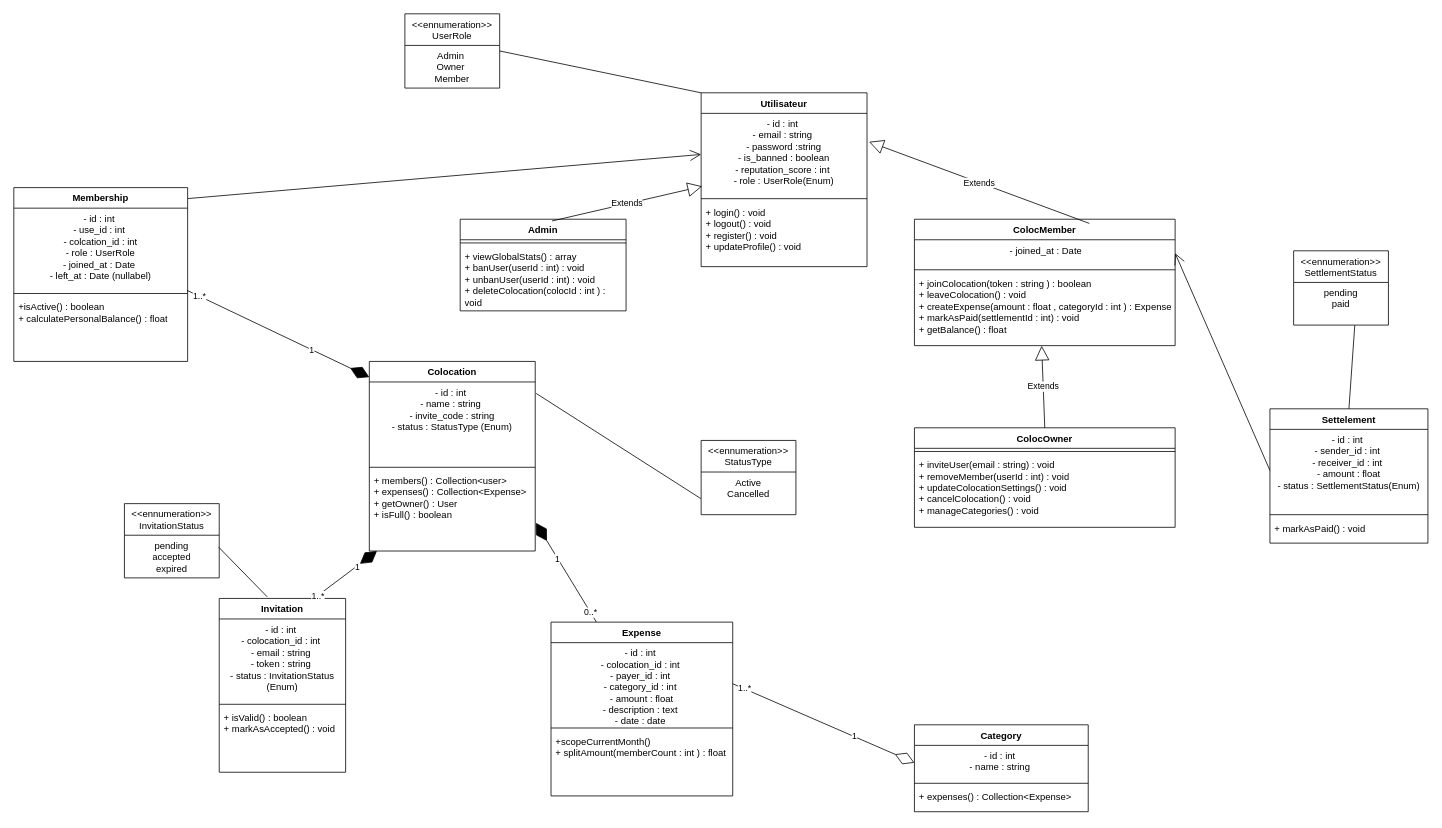
Above: FairShar/docs/diagrammeUml.drawio in Mehdi-133/FairShare (draw.io), before the change. Source tidied: cells renumbered, new cells numbered last; positions are measured from the earlier drawing's top-left corner, leaving out a move shared by most shapes. Both pictures are drawn from the tidied source at 79%, with x=0, y=0 at pixel (13, 13).
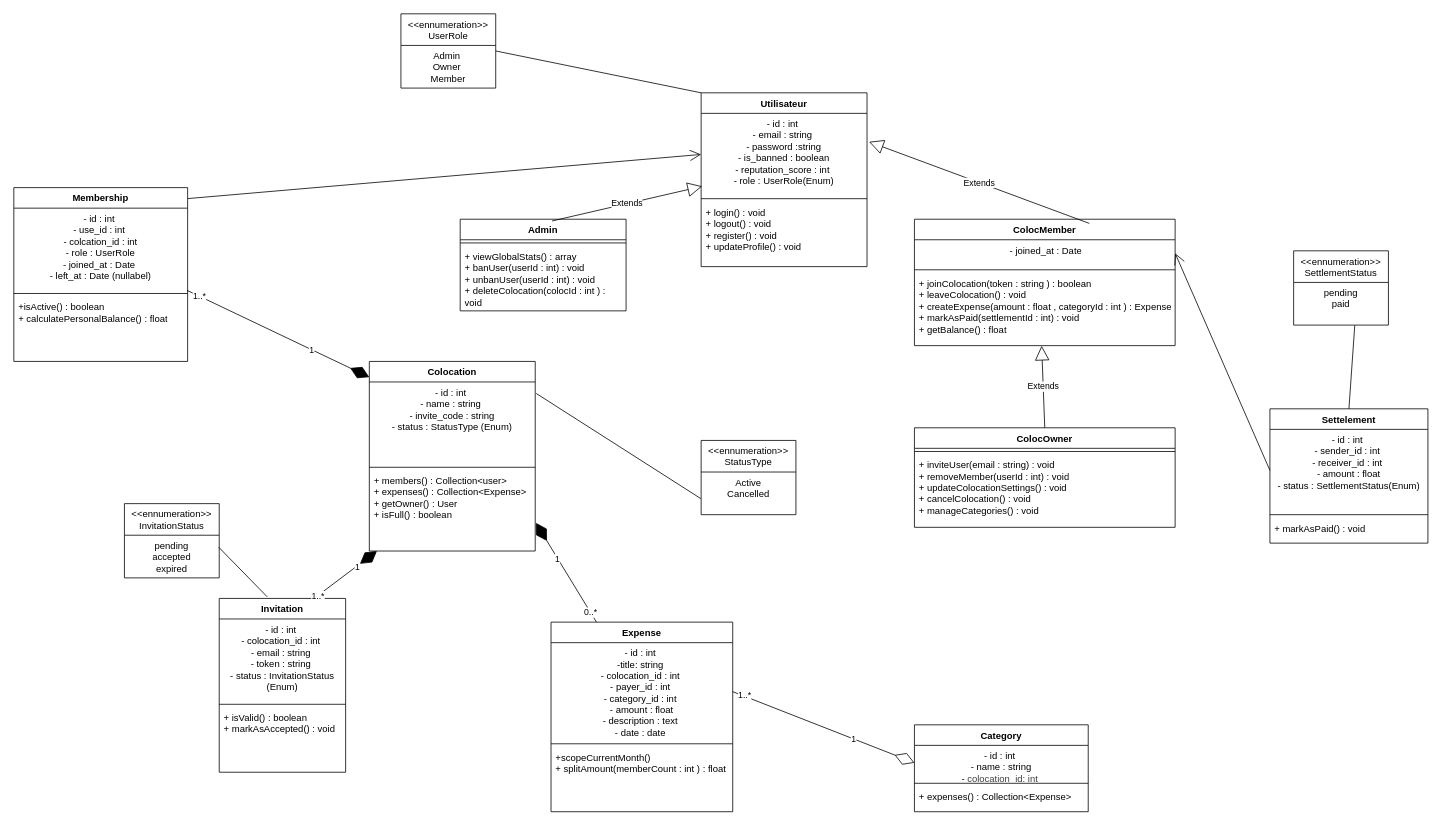
The same page after the edit.

The change refers to these unchanged cells:
```xml
<mxCell id="18" value="Category" style="swimlane;fontStyle=1;align=center;verticalAlign=top;horizontal=1;startSize=26;whiteSpace=wrap;html=1;" parent="1" vertex="1">
  <mxGeometry x="1140" y="900" width="220" height="110" as="geometry" />
</mxCell>
```

What changed in the source:
```diff
@@
     <mxCell id="14" value="Expense" style="swimlane;fontStyle=1;align=center;verticalAlign=top;horizontal=1;startSize=26;whiteSpace=wrap;html=1;" parent="1" vertex="1">
-      <mxGeometry x="680" y="770" width="230" height="220" as="geometry" />
+      <mxGeometry x="680" y="770" width="230" height="240" as="geometry" />
     </mxCell>
-    <mxCell id="15" value="- id : int&amp;nbsp;&lt;br&gt;- colocation_id : int&amp;nbsp;&lt;br&gt;- payer_id : int&amp;nbsp;&lt;br&gt;- category_id : int&amp;nbsp;&lt;br&gt;- amount : float&lt;br&gt;- description : text&amp;nbsp;&lt;br&gt;- date : date&amp;nbsp;" style="text;strokeColor=none;fillColor=none;align=center;verticalAlign=top;spacingLeft=4;spacingRight=4;overflow=hidden;points=[[0,0.5],[1,0.5]];portConstraint=eastwest;whiteSpace=wrap;html=1;" parent="14" vertex="1">
-      <mxGeometry y="26" width="230" height="104" as="geometry" />
+    <mxCell id="15" value="- id : int&amp;nbsp;&lt;div&gt;&lt;font color=&quot;#000000&quot;&gt;-title: string&amp;nbsp;&lt;br&gt;&lt;/font&gt;- colocation_id : int&amp;nbsp;&lt;br&gt;- payer_id : int&amp;nbsp;&lt;br&gt;- category_id : int&amp;nbsp;&lt;br&gt;- amount : float&lt;br&gt;- description : text&amp;nbsp;&lt;br&gt;- date : date&amp;nbsp;&lt;/div&gt;" style="text;strokeColor=none;fillColor=none;align=center;verticalAlign=top;spacingLeft=4;spacingRight=4;overflow=hidden;points=[[0,0.5],[1,0.5]];portConstraint=eastwest;whiteSpace=wrap;html=1;" parent="14" vertex="1">
+      <mxGeometry y="26" width="230" height="124" as="geometry" />
     </mxCell>
     <mxCell id="16" style="line;strokeWidth=1;fillColor=none;align=left;verticalAlign=middle;spacingTop=-1;spacingLeft=3;spacingRight=3;labelPosition=right;strokeColor=inherit;" parent="14" vertex="1">
-      <mxGeometry y="130" width="230" height="8" as="geometry" />
+      <mxGeometry y="150" width="230" height="8" as="geometry" />
     </mxCell>
     <mxCell id="17" value="+scopeCurrentMonth()&lt;br&gt;+ splitAmount(memberCount : int ) : float" style="text;strokeColor=none;fillColor=none;align=left;verticalAlign=top;spacingLeft=4;spacingRight=4;overflow=hidden;whiteSpace=wrap;html=1;" parent="14" vertex="1">
-      <mxGeometry y="138" width="230" height="82" as="geometry" />
+      <mxGeometry y="158" width="230" height="82" as="geometry" />
     </mxCell>
@@
-    <mxCell id="19" value="- id : int&amp;nbsp;&lt;br&gt;- name : string&amp;nbsp;" style="text;strokeColor=none;fillColor=none;align=center;verticalAlign=top;spacingLeft=4;spacingRight=4;overflow=hidden;points=[[0,0.5],[1,0.5]];portConstraint=eastwest;whiteSpace=wrap;html=1;" parent="18" vertex="1">
+    <mxCell id="19" value="- id : int&amp;nbsp;&lt;br&gt;- name : string&lt;div&gt;&lt;span style=&quot;color: rgb(63, 63, 63); background-color: transparent;&quot;&gt;&lt;font color=&quot;#000000&quot;&gt;-&lt;/font&gt;&lt;/span&gt;&lt;span style=&quot;color: rgb(63, 63, 63); background-color: transparent;&quot;&gt;&amp;nbsp;colocation_id: int&amp;nbsp;&lt;/span&gt;&lt;/div&gt;" style="text;strokeColor=none;fillColor=none;align=center;verticalAlign=top;spacingLeft=4;spacingRight=4;overflow=hidden;points=[[0,0.5],[1,0.5]];portConstraint=eastwest;whiteSpace=wrap;html=1;" parent="18" vertex="1">
       <mxGeometry y="26" width="220" height="44" as="geometry" />
     </mxCell>
@@
     <mxCell id="30" value="&lt;span style=&quot;color: rgb(0, 0, 0); font-weight: 400;&quot;&gt;&amp;lt;&amp;lt;ennumeration&amp;gt;&amp;gt;&lt;br&gt;UserRole&lt;/span&gt;" style="swimlane;fontStyle=1;align=center;verticalAlign=top;horizontal=1;startSize=40;whiteSpace=wrap;html=1;" parent="1" vertex="1">
-      <mxGeometry x="495" width="120" height="94" as="geometry" />
+      <mxGeometry x="490" width="120" height="94" as="geometry" />
     </mxCell>
```
